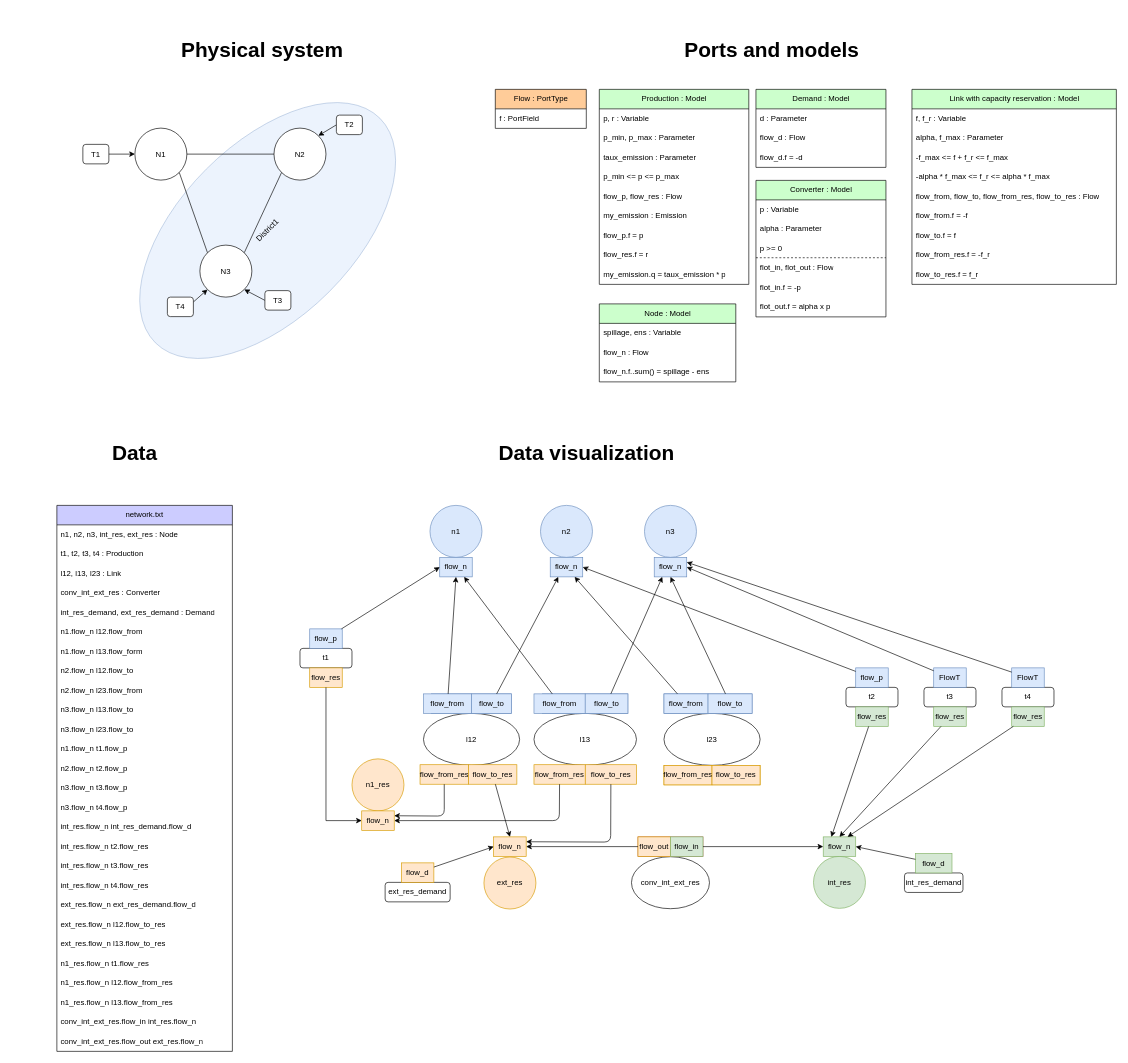
Earlier version of the draw.io diagram models-design/systems/reserve.drawio (AntaresSimulatorTeam/andromede-modeling-prototype). Source tidied: cells renumbered, new cells numbered last; positions are measured from the earlier drawing's top-left corner, leaving out a move shared by most shapes. Both pictures are drawn from the tidied source at 65%, with x=0, y=0 at pixel (11, 11).
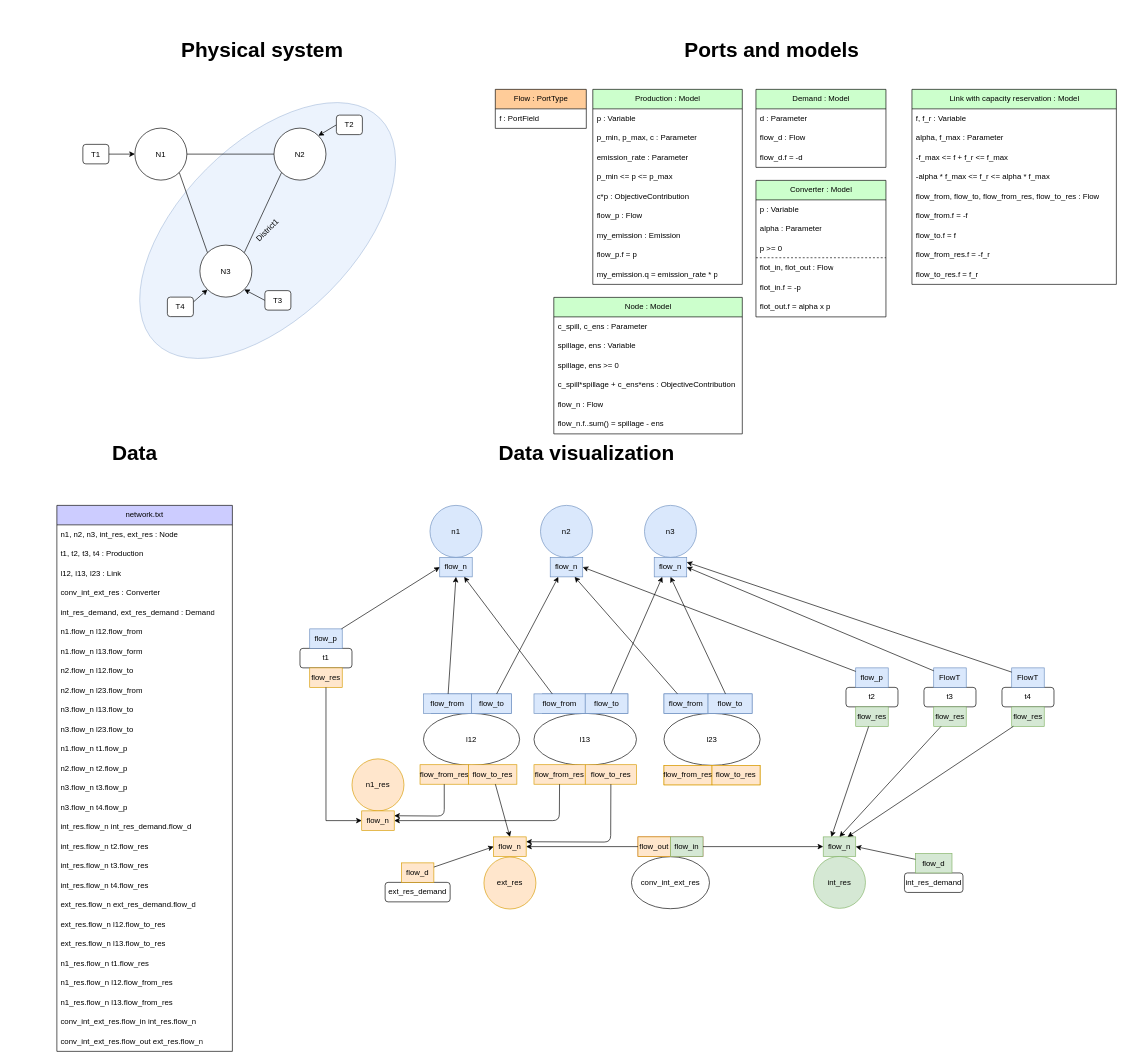
Above is the later version.

The edit, as a diff of the source:
```diff
@@
-    <mxCell id="155" value="Node : Model" style="swimlane;fontStyle=0;horizontal=1;startSize=30;whiteSpace=wrap;html=1;fillColor=#CCFFCC;fontColor=#000000;" parent="1" vertex="1">
-      <mxGeometry x="904.5" y="450" width="210" height="120" as="geometry" />
-    </mxCell>
-    <mxCell id="156" value="spillage, ens : Variable" style="text;strokeColor=none;fillColor=none;align=left;verticalAlign=middle;spacingLeft=4;spacingRight=4;overflow=hidden;whiteSpace=wrap;html=1;" parent="155" vertex="1">
-      <mxGeometry y="30" width="210" height="30" as="geometry" />
-    </mxCell>
-    <mxCell id="157" value="flow_n : Flow" style="text;strokeColor=none;fillColor=none;align=left;verticalAlign=middle;spacingLeft=4;spacingRight=4;overflow=hidden;whiteSpace=wrap;html=1;" parent="155" vertex="1">
-      <mxGeometry y="60" width="210" height="30" as="geometry" />
-    </mxCell>
-    <mxCell id="158" value="flow_n.f..sum() = spillage - ens" style="text;strokeColor=none;fillColor=none;align=left;verticalAlign=middle;spacingLeft=4;spacingRight=4;overflow=hidden;whiteSpace=wrap;html=1;" parent="155" vertex="1">
-      <mxGeometry y="90" width="210" height="30" as="geometry" />
-    </mxCell>
@@
-    <mxCell id="167" value="Production : Model" style="swimlane;fontStyle=0;horizontal=1;startSize=30;whiteSpace=wrap;html=1;fillColor=#CCFFCC;fontColor=#000000;" parent="1" vertex="1">
-      <mxGeometry x="904.5" y="120" width="230" height="300" as="geometry" />
-    </mxCell>
-    <mxCell id="168" value="p, r : Variable" style="text;strokeColor=none;fillColor=none;align=left;verticalAlign=middle;spacingLeft=4;spacingRight=4;overflow=hidden;whiteSpace=wrap;html=1;" parent="167" vertex="1">
-      <mxGeometry y="30" width="230" height="30" as="geometry" />
-    </mxCell>
-    <mxCell id="169" value="p_min, p_max : Parameter" style="text;strokeColor=none;fillColor=none;align=left;verticalAlign=middle;spacingLeft=4;spacingRight=4;overflow=hidden;whiteSpace=wrap;html=1;" parent="167" vertex="1">
-      <mxGeometry y="60" width="230" height="30" as="geometry" />
-    </mxCell>
-    <mxCell id="170" value="taux_emission : Parameter" style="text;strokeColor=none;fillColor=none;align=left;verticalAlign=middle;spacingLeft=4;spacingRight=4;overflow=hidden;whiteSpace=wrap;html=1;" parent="167" vertex="1">
-      <mxGeometry y="90" width="230" height="30" as="geometry" />
-    </mxCell>
-    <mxCell id="171" value="p_min &amp;lt;= p &amp;lt;= p_max" style="text;strokeColor=none;fillColor=none;align=left;verticalAlign=middle;spacingLeft=4;spacingRight=4;overflow=hidden;whiteSpace=wrap;html=1;" parent="167" vertex="1">
-      <mxGeometry y="120" width="230" height="30" as="geometry" />
-    </mxCell>
-    <mxCell id="172" value="flow_p, flow_res : Flow" style="text;strokeColor=none;fillColor=none;align=left;verticalAlign=middle;spacingLeft=4;spacingRight=4;overflow=hidden;whiteSpace=wrap;html=1;" parent="167" vertex="1">
-      <mxGeometry y="150" width="230" height="30" as="geometry" />
-    </mxCell>
-    <mxCell id="173" value="my_emission : Emission" style="text;strokeColor=none;fillColor=none;align=left;verticalAlign=middle;spacingLeft=4;spacingRight=4;overflow=hidden;whiteSpace=wrap;html=1;" parent="167" vertex="1">
-      <mxGeometry y="180" width="230" height="30" as="geometry" />
-    </mxCell>
-    <mxCell id="174" value="flow_p.f = p" style="text;strokeColor=none;fillColor=none;align=left;verticalAlign=middle;spacingLeft=4;spacingRight=4;overflow=hidden;whiteSpace=wrap;html=1;" parent="167" vertex="1">
-      <mxGeometry y="210" width="230" height="30" as="geometry" />
-    </mxCell>
-    <mxCell id="175" value="flow_res.f = r" style="text;strokeColor=none;fillColor=none;align=left;verticalAlign=middle;spacingLeft=4;spacingRight=4;overflow=hidden;whiteSpace=wrap;html=1;" parent="167" vertex="1">
-      <mxGeometry y="240" width="230" height="30" as="geometry" />
-    </mxCell>
-    <mxCell id="176" value="my_emission.q = taux_emission * p" style="text;strokeColor=none;fillColor=none;align=left;verticalAlign=middle;spacingLeft=4;spacingRight=4;overflow=hidden;whiteSpace=wrap;html=1;" parent="167" vertex="1">
-      <mxGeometry y="270" width="230" height="30" as="geometry" />
-    </mxCell>
@@
+    <mxCell id="167" value="Production : Model" style="swimlane;fontStyle=0;horizontal=1;startSize=30;whiteSpace=wrap;html=1;fillColor=#CCFFCC;fontColor=#000000;" parent="1" vertex="1">
+      <mxGeometry x="894.5" y="120" width="230" height="300" as="geometry" />
+    </mxCell>
+    <mxCell id="181" value="p : Variable" style="text;strokeColor=none;fillColor=none;align=left;verticalAlign=middle;spacingLeft=4;spacingRight=4;overflow=hidden;whiteSpace=wrap;html=1;" parent="167" vertex="1">
+      <mxGeometry y="30" width="230" height="30" as="geometry" />
+    </mxCell>
+    <mxCell id="182" value="p_min, p_max, c : Parameter" style="text;strokeColor=none;fillColor=none;align=left;verticalAlign=middle;spacingLeft=4;spacingRight=4;overflow=hidden;whiteSpace=wrap;html=1;" parent="167" vertex="1">
+      <mxGeometry y="60" width="230" height="30" as="geometry" />
+    </mxCell>
+    <mxCell id="183" value="emission_rate : Parameter" style="text;strokeColor=none;fillColor=none;align=left;verticalAlign=middle;spacingLeft=4;spacingRight=4;overflow=hidden;whiteSpace=wrap;html=1;" parent="167" vertex="1">
+      <mxGeometry y="90" width="230" height="30" as="geometry" />
+    </mxCell>
+    <mxCell id="171" value="p_min &amp;lt;= p &amp;lt;= p_max" style="text;strokeColor=none;fillColor=none;align=left;verticalAlign=middle;spacingLeft=4;spacingRight=4;overflow=hidden;whiteSpace=wrap;html=1;" parent="167" vertex="1">
+      <mxGeometry y="120" width="230" height="30" as="geometry" />
+    </mxCell>
+    <mxCell id="184" value="c*p : ObjectiveContribution" style="text;strokeColor=none;fillColor=none;align=left;verticalAlign=middle;spacingLeft=4;spacingRight=4;overflow=hidden;whiteSpace=wrap;html=1;" parent="167" vertex="1">
+      <mxGeometry y="150" width="230" height="30" as="geometry" />
+    </mxCell>
+    <mxCell id="185" value="flow_p : Flow" style="text;strokeColor=none;fillColor=none;align=left;verticalAlign=middle;spacingLeft=4;spacingRight=4;overflow=hidden;whiteSpace=wrap;html=1;" parent="167" vertex="1">
+      <mxGeometry y="180" width="230" height="30" as="geometry" />
+    </mxCell>
+    <mxCell id="173" value="my_emission : Emission" style="text;strokeColor=none;fillColor=none;align=left;verticalAlign=middle;spacingLeft=4;spacingRight=4;overflow=hidden;whiteSpace=wrap;html=1;" parent="167" vertex="1">
+      <mxGeometry y="210" width="230" height="30" as="geometry" />
+    </mxCell>
+    <mxCell id="174" value="flow_p.f = p" style="text;strokeColor=none;fillColor=none;align=left;verticalAlign=middle;spacingLeft=4;spacingRight=4;overflow=hidden;whiteSpace=wrap;html=1;" parent="167" vertex="1">
+      <mxGeometry y="240" width="230" height="30" as="geometry" />
+    </mxCell>
+    <mxCell id="186" value="my_emission.q = emission_rate * p" style="text;strokeColor=none;fillColor=none;align=left;verticalAlign=middle;spacingLeft=4;spacingRight=4;overflow=hidden;whiteSpace=wrap;html=1;" parent="167" vertex="1">
+      <mxGeometry y="270" width="230" height="30" as="geometry" />
+    </mxCell>
+    <mxCell id="155" value="Node : Model" style="swimlane;fontStyle=0;horizontal=1;startSize=30;whiteSpace=wrap;html=1;fillColor=#CCFFCC;fontColor=#000000;" parent="1" vertex="1">
+      <mxGeometry x="834.5" y="440" width="290" height="210" as="geometry" />
+    </mxCell>
+    <mxCell id="187" value="c_spill, c_ens : Parameter" style="text;strokeColor=none;fillColor=none;align=left;verticalAlign=middle;spacingLeft=4;spacingRight=4;overflow=hidden;whiteSpace=wrap;html=1;" parent="155" vertex="1">
+      <mxGeometry y="30" width="290" height="30" as="geometry" />
+    </mxCell>
+    <mxCell id="156" value="spillage, ens : Variable" style="text;strokeColor=none;fillColor=none;align=left;verticalAlign=middle;spacingLeft=4;spacingRight=4;overflow=hidden;whiteSpace=wrap;html=1;" parent="155" vertex="1">
+      <mxGeometry y="60" width="290" height="30" as="geometry" />
+    </mxCell>
+    <mxCell id="188" value="spillage, ens &amp;gt;= 0" style="text;strokeColor=none;fillColor=none;align=left;verticalAlign=middle;spacingLeft=4;spacingRight=4;overflow=hidden;whiteSpace=wrap;html=1;" parent="155" vertex="1">
+      <mxGeometry y="90" width="290" height="30" as="geometry" />
+    </mxCell>
+    <mxCell id="189" value="c_spill*spillage + c_ens*ens : ObjectiveContribution" style="text;strokeColor=none;fillColor=none;align=left;verticalAlign=middle;spacingLeft=4;spacingRight=4;overflow=hidden;whiteSpace=wrap;html=1;" parent="155" vertex="1">
+      <mxGeometry y="120" width="290" height="30" as="geometry" />
+    </mxCell>
+    <mxCell id="157" value="flow_n : Flow" style="text;strokeColor=none;fillColor=none;align=left;verticalAlign=middle;spacingLeft=4;spacingRight=4;overflow=hidden;whiteSpace=wrap;html=1;" parent="155" vertex="1">
+      <mxGeometry y="150" width="290" height="30" as="geometry" />
+    </mxCell>
+    <mxCell id="158" value="flow_n.f..sum() = spillage - ens" style="text;strokeColor=none;fillColor=none;align=left;verticalAlign=middle;spacingLeft=4;spacingRight=4;overflow=hidden;whiteSpace=wrap;html=1;" parent="155" vertex="1">
+      <mxGeometry y="180" width="290" height="30" as="geometry" />
+    </mxCell>
```
